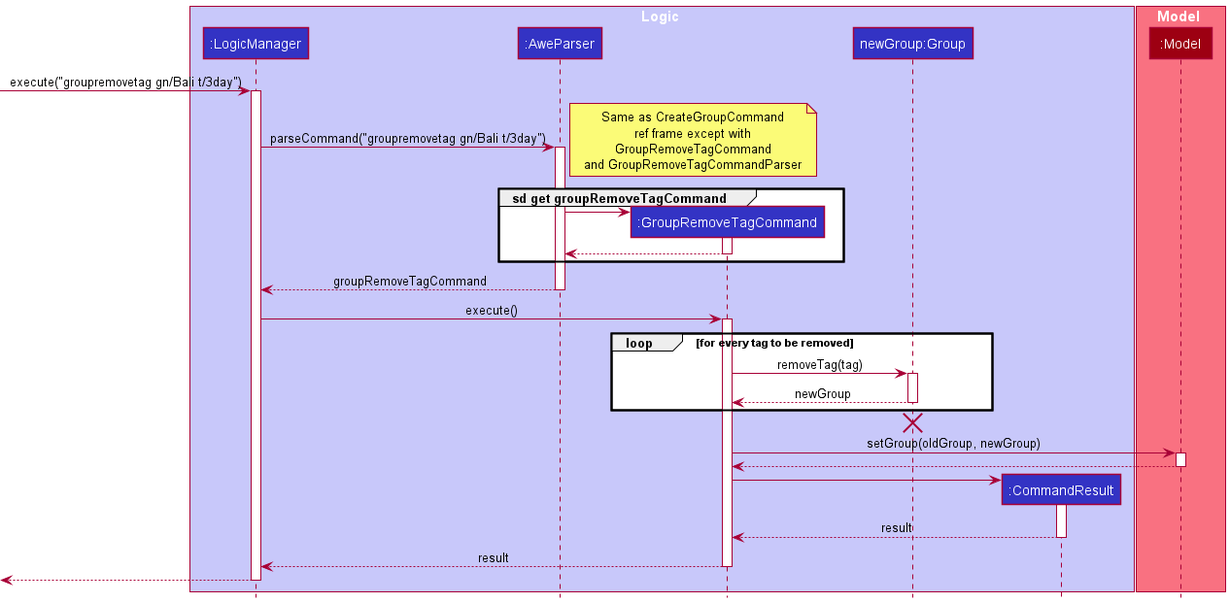
Before: docs/images/GroupRemoveTagSequenceDiagram.png, a diagram exported from PlantUML (ramapriyan912001/tp).
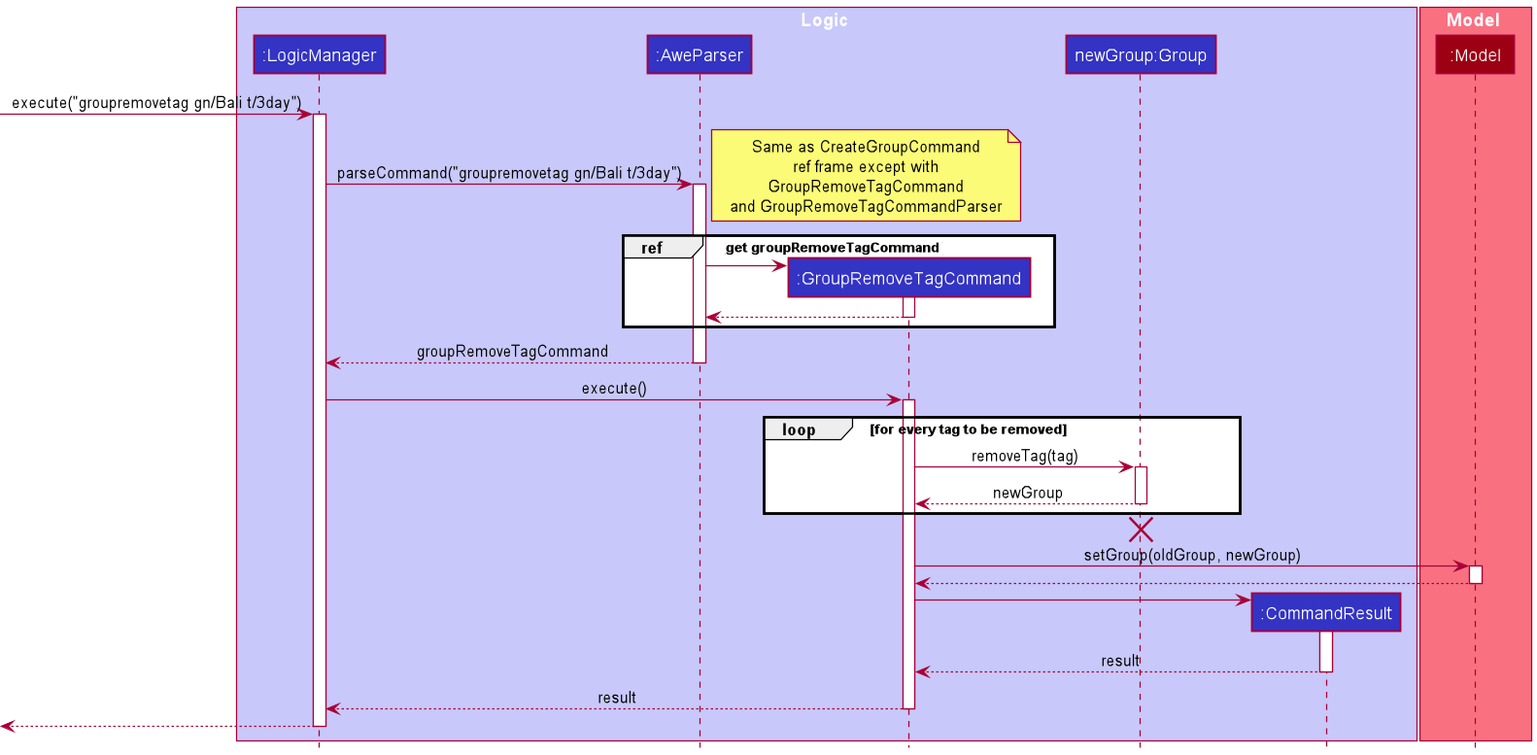
After the commit.

What changed in the source:
```diff
@@ -26,7 +26,7 @@
 and GroupRemoveTagCommandParser
 end note
 
-group sd get groupRemoveTagCommand
+group ref [get groupRemoveTagCommand]
     create GroupRemoveTagCommand
     AweParser -> GroupRemoveTagCommand
     activate GroupRemoveTagCommand
```
